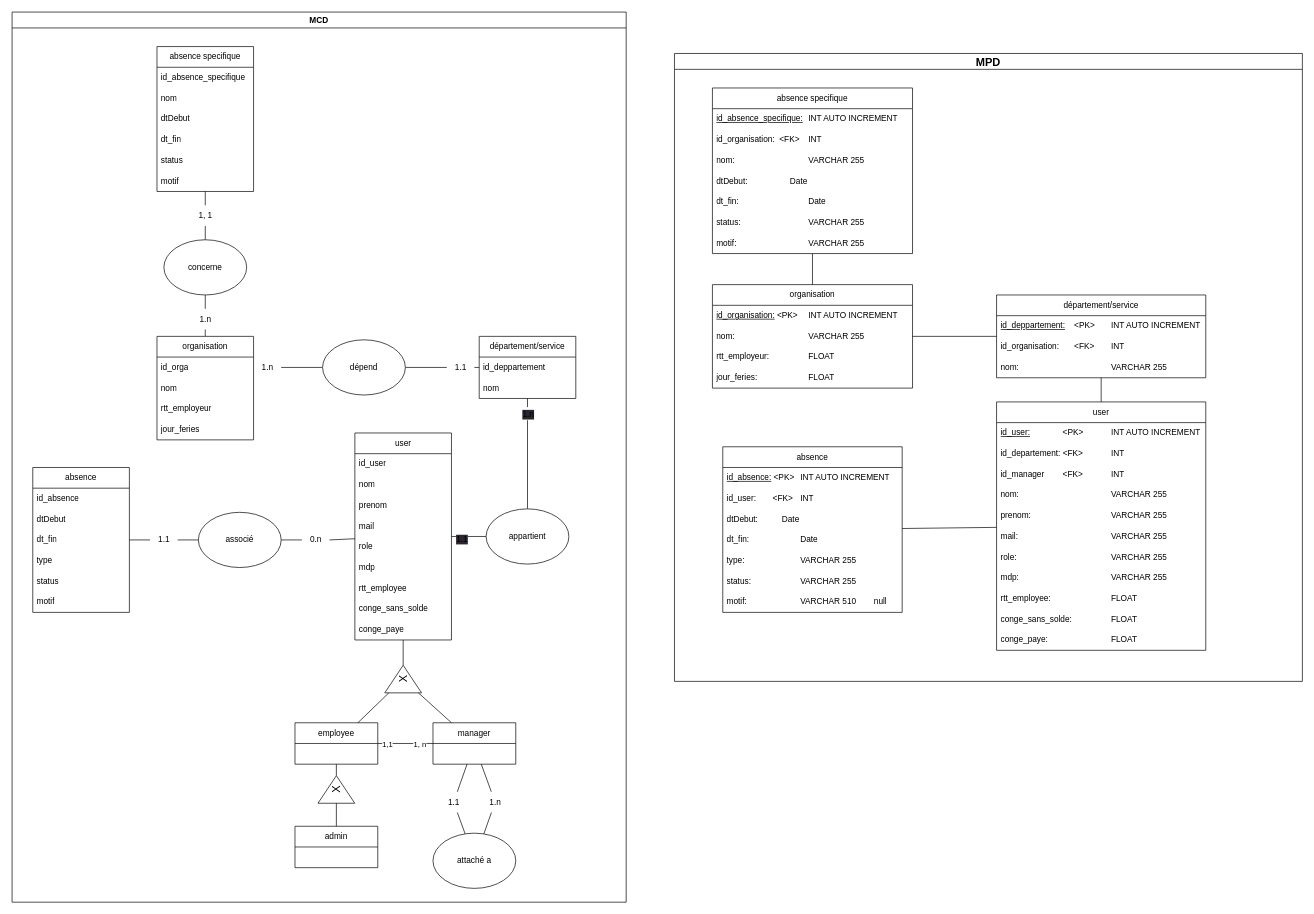
Above: .conception/MCDMPD.drawio in diginamic-projet-final-gp4/projet_final_gcjf (draw.io), before the change. Source tidied: cells renumbered, new cells numbered last; positions are measured from the earlier drawing's top-left corner, leaving out a move shared by most shapes. Both pictures are drawn from the tidied source at 69%, with x=0, y=0 at pixel (12, 12).
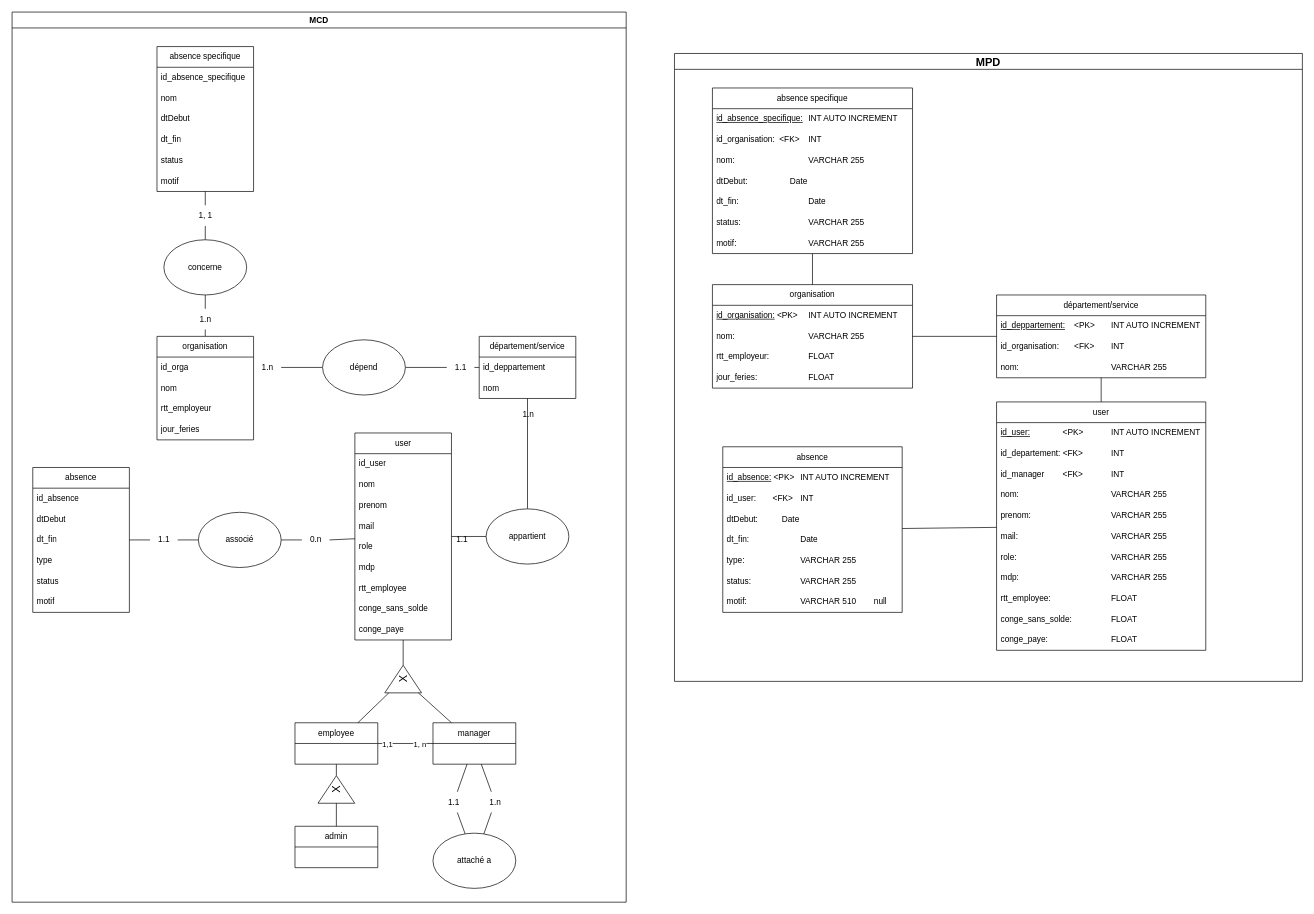
The same page after the edit.

The change refers to these unchanged cells:
```xml
<mxCell id="16" style="endArrow=none;html=1;rounded=0;entryX=0;entryY=0.5;entryDx=0;entryDy=0;" parent="1" edge="1" source="2" target="67">
  <mxGeometry relative="1" as="geometry" />
</mxCell>
<mxCell id="31" style="endArrow=none;html=1;rounded=0;" parent="1" edge="1" source="67" target="12">
  <mxGeometry relative="1" as="geometry" />
</mxCell>
```

Change to the diagram source:
```diff
@@
-    <mxCell id="17" value="&lt;span style=&quot;font-size: 12px; background-color: rgb(42, 37, 47);&quot;&gt;1.1&lt;/span&gt;" style="edgeLabel;html=1;align=center;verticalAlign=middle;fontSize=16;" parent="16" vertex="1">
+    <mxCell id="17" value="&lt;span style=&quot;font-size: 12px;&quot;&gt;1.1&lt;/span&gt;" style="edgeLabel;html=1;align=center;verticalAlign=middle;fontSize=16;labelBackgroundColor=none;" parent="16" vertex="1">
       <mxGeometry x="-0.39" y="-2" relative="1" as="geometry" />
     </mxCell>
@@
-    <mxCell id="32" value="&lt;span style=&quot;font-size: 12px; background-color: rgb(42, 37, 47);&quot;&gt;1.n&lt;/span&gt;" style="edgeLabel;html=1;align=center;verticalAlign=middle;fontSize=16;" parent="31" vertex="1">
+    <mxCell id="32" value="&lt;span style=&quot;font-size: 12px;&quot;&gt;1.n&lt;/span&gt;" style="edgeLabel;html=1;align=center;verticalAlign=middle;fontSize=16;fontColor=default;labelBackgroundColor=none;" parent="31" vertex="1">
       <mxGeometry x="0.74" relative="1" as="geometry" />
     </mxCell>
```
